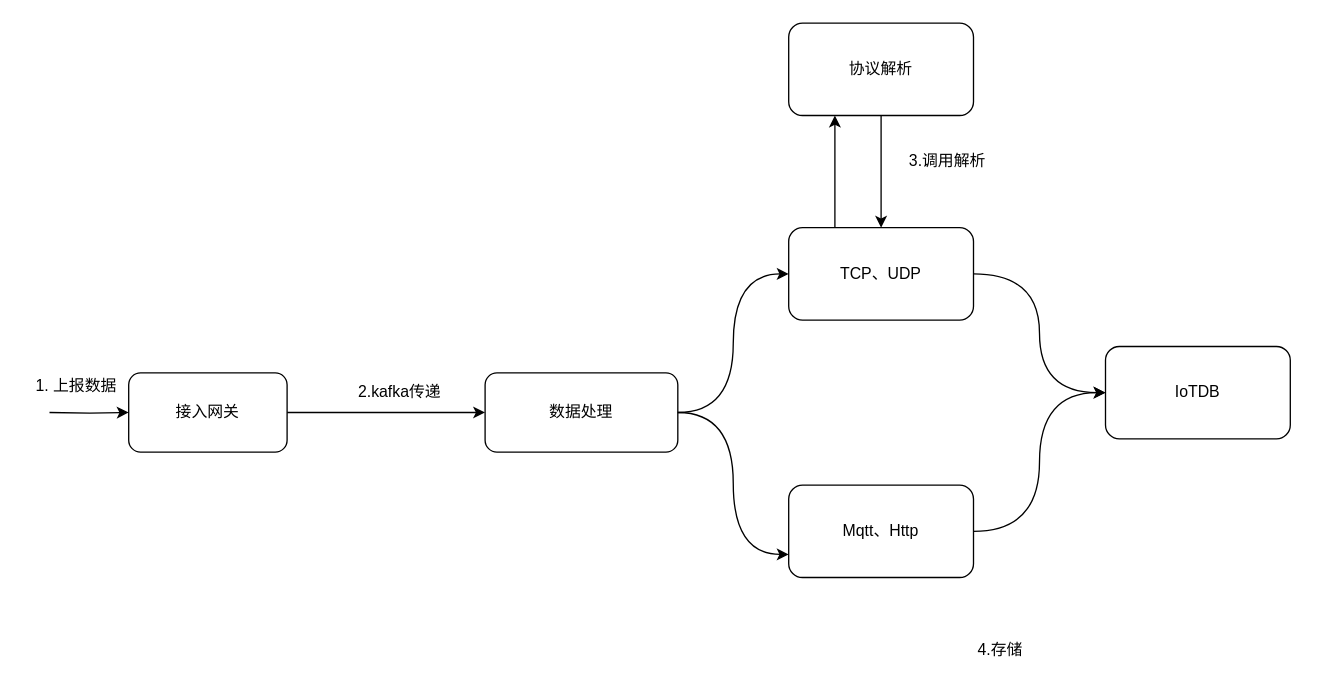
The draw.io diagram Diagram.drawio in SpikeFJ/picgo, before the edit. Source tidied: cells renumbered, new cells numbered last; positions are measured from the earlier drawing's top-left corner, leaving out a move shared by most shapes. Both pictures are drawn from the tidied source at 132%, with x=0, y=0 at pixel (22, 22).
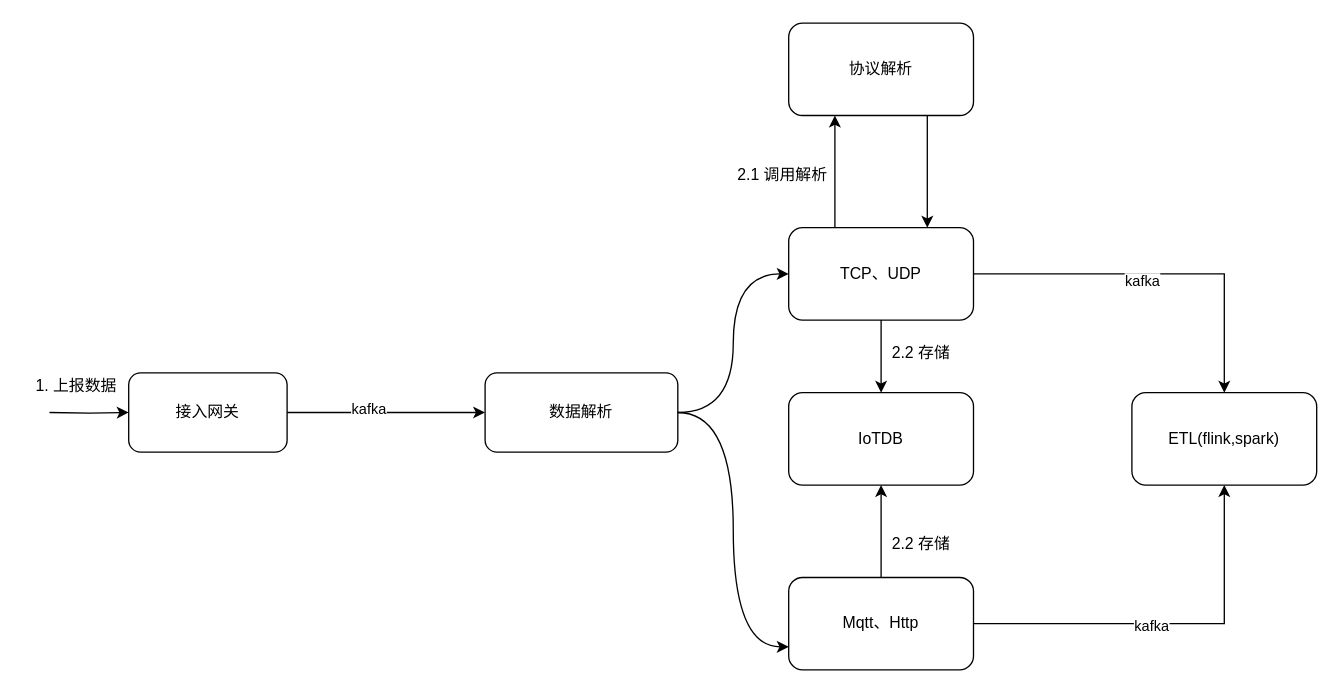
Above is the later version.

Unchanged cells that the change refers to:
```xml
<mxCell id="2" style="edgeStyle=orthogonalEdgeStyle;rounded=0;jettySize=auto;html=1;" parent="1" edge="1" source="3" target="6">
  <mxGeometry relative="1" as="geometry" />
</mxCell>
<mxCell id="5" value="TCP、UDP" style="rounded=1;whiteSpace=wrap;html=1;" parent="1" vertex="1">
  <mxGeometry x="580" y="155" width="140" height="70" as="geometry" />
</mxCell>
<mxCell id="19" value="协议解析" style="rounded=1;whiteSpace=wrap;html=1;" parent="1" vertex="1">
  <mxGeometry x="580" width="140" height="70" as="geometry" />
</mxCell>
```

The edit, as a diff of the source:
```diff
@@
+    <mxCell id="20" value="kafka" style="edgeLabel;html=1;align=center;verticalAlign=middle;" parent="2" vertex="1">
+      <mxGeometry x="-0.19" y="3" relative="1" as="geometry" />
+    </mxCell>
@@
+    <mxCell id="17" style="edgeStyle=orthogonalEdgeStyle;rounded=0;jettySize=auto;html=1;entryX=0.5;entryY=0;entryDx=0;entryDy=0;" parent="1" edge="1" source="5" target="11">
+      <mxGeometry relative="1" as="geometry" />
+    </mxCell>
+    <mxCell id="21" style="edgeStyle=orthogonalEdgeStyle;rounded=0;jettySize=auto;html=1;exitX=1;exitY=0.5;exitDx=0;exitDy=0;" parent="1" edge="1" source="5" target="25">
+      <mxGeometry relative="1" as="geometry" />
+    </mxCell>
+    <mxCell id="22" value="kafka" style="edgeLabel;html=1;align=center;verticalAlign=middle;" parent="21" vertex="1">
+      <mxGeometry x="-0.09" y="-5" relative="1" as="geometry" />
+    </mxCell>
@@
-    <mxCell id="6" value="数据处理" style="rounded=1;whiteSpace=wrap;html=1;" parent="1" vertex="1">
+    <mxCell id="6" value="数据解析" style="rounded=1;whiteSpace=wrap;html=1;" parent="1" vertex="1">
       <mxGeometry x="350" y="265" width="146" height="60" as="geometry" />
     </mxCell>
@@
-    <mxCell id="9" value="2.kafka传递" style="text;html=1;align=center;verticalAlign=middle;strokeColor=none;fillColor=none;" parent="1" vertex="1">
-      <mxGeometry x="240" y="265" width="90" height="30" as="geometry" />
-    </mxCell>
-    <mxCell id="10" value="3.调用解析" style="text;html=1;align=center;verticalAlign=middle;strokeColor=none;fillColor=none;" parent="1" vertex="1">
-      <mxGeometry x="660" y="90" width="80" height="30" as="geometry" />
+    <mxCell id="10" value="2.1 调用解析" style="text;html=1;align=center;verticalAlign=middle;strokeColor=none;fillColor=none;" parent="1" vertex="1">
+      <mxGeometry x="530" y="100" width="90" height="30" as="geometry" />
     </mxCell>
     <mxCell id="11" value="IoTDB" style="rounded=1;whiteSpace=wrap;html=1;" parent="1" vertex="1">
-      <mxGeometry x="820" y="245" width="140" height="70" as="geometry" />
+      <mxGeometry x="580" y="280" width="140" height="70" as="geometry" />
     </mxCell>
-    <mxCell id="12" value="4.存储" style="text;html=1;align=center;verticalAlign=middle;strokeColor=none;fillColor=none;" parent="1" vertex="1">
-      <mxGeometry x="710" y="460" width="60" height="30" as="geometry" />
+    <mxCell id="12" value="2.2 存储" style="text;html=1;align=center;verticalAlign=middle;strokeColor=none;fillColor=none;" parent="1" vertex="1">
+      <mxGeometry x="645" y="235" width="70" height="30" as="geometry" />
     </mxCell>
@@
-    <mxCell id="14" style="edgeStyle=orthogonalEdgeStyle;rounded=0;jettySize=auto;html=1;entryX=0;entryY=0.5;entryDx=0;entryDy=0;curved=1;" parent="1" edge="1" source="15" target="11">
+    <mxCell id="14" style="edgeStyle=orthogonalEdgeStyle;rounded=0;jettySize=auto;html=1;entryX=0.5;entryY=1;entryDx=0;entryDy=0;" parent="1" edge="1" source="15" target="11">
       <mxGeometry relative="1" as="geometry" />
     </mxCell>
+    <mxCell id="23" style="edgeStyle=orthogonalEdgeStyle;rounded=0;jettySize=auto;html=1;entryX=0.5;entryY=1;entryDx=0;entryDy=0;" parent="1" edge="1" source="15" target="25">
+      <mxGeometry relative="1" as="geometry" />
+    </mxCell>
+    <mxCell id="24" value="kafka" style="edgeLabel;html=1;align=center;verticalAlign=middle;" parent="23" vertex="1">
+      <mxGeometry x="-0.09" y="-1" relative="1" as="geometry" />
+    </mxCell>
     <mxCell id="15" value="Mqtt、Http" style="rounded=1;whiteSpace=wrap;html=1;" parent="1" vertex="1">
-      <mxGeometry x="580" y="350" width="140" height="70" as="geometry" />
+      <mxGeometry x="580" y="420" width="140" height="70" as="geometry" />
     </mxCell>
@@
-    <mxCell id="17" style="edgeStyle=orthogonalEdgeStyle;rounded=0;jettySize=auto;html=1;entryX=0;entryY=0.5;entryDx=0;entryDy=0;exitX=1;exitY=0.5;exitDx=0;exitDy=0;curved=1;" parent="1" edge="1" source="5" target="11">
-      <mxGeometry relative="1" as="geometry" />
-    </mxCell>
-    <mxCell id="18" style="edgeStyle=orthogonalEdgeStyle;rounded=0;jettySize=auto;html=1;entryX=0.5;entryY=0;entryDx=0;entryDy=0;" parent="1" edge="1" source="19" target="5">
+    <mxCell id="18" style="edgeStyle=orthogonalEdgeStyle;rounded=0;jettySize=auto;html=1;entryX=0.75;entryY=0;entryDx=0;entryDy=0;exitX=0.75;exitY=1;exitDx=0;exitDy=0;" parent="1" edge="1" source="19" target="5">
       <mxGeometry relative="1" as="geometry" />
     </mxCell>
@@
+    <mxCell id="25" value="ETL(flink,spark)" style="rounded=1;whiteSpace=wrap;html=1;" parent="1" vertex="1">
+      <mxGeometry x="840" y="280" width="140" height="70" as="geometry" />
+    </mxCell>
+    <mxCell id="26" value="2.2 存储" style="text;html=1;align=center;verticalAlign=middle;strokeColor=none;fillColor=none;" parent="1" vertex="1">
+      <mxGeometry x="645" y="380" width="70" height="30" as="geometry" />
+    </mxCell>
```
